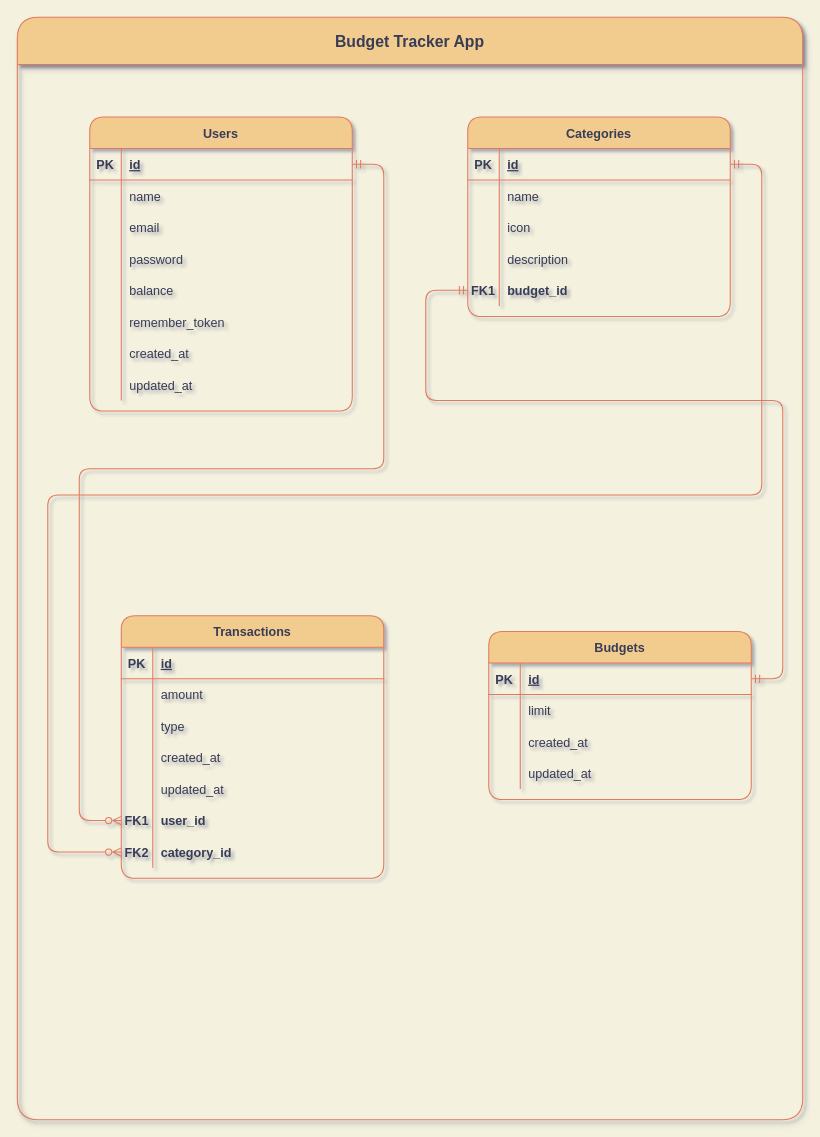
Earlier version of the draw.io diagram Diagrams/BTA database diagram.drawio (hakimBarbaria/Gestion-Budgets). Source tidied: cells renumbered, new cells numbered last; positions are measured from the earlier drawing's top-left corner, leaving out a move shared by most shapes. Both pictures are drawn from the tidied source at 105%, with x=0, y=0 at pixel (17, 17).
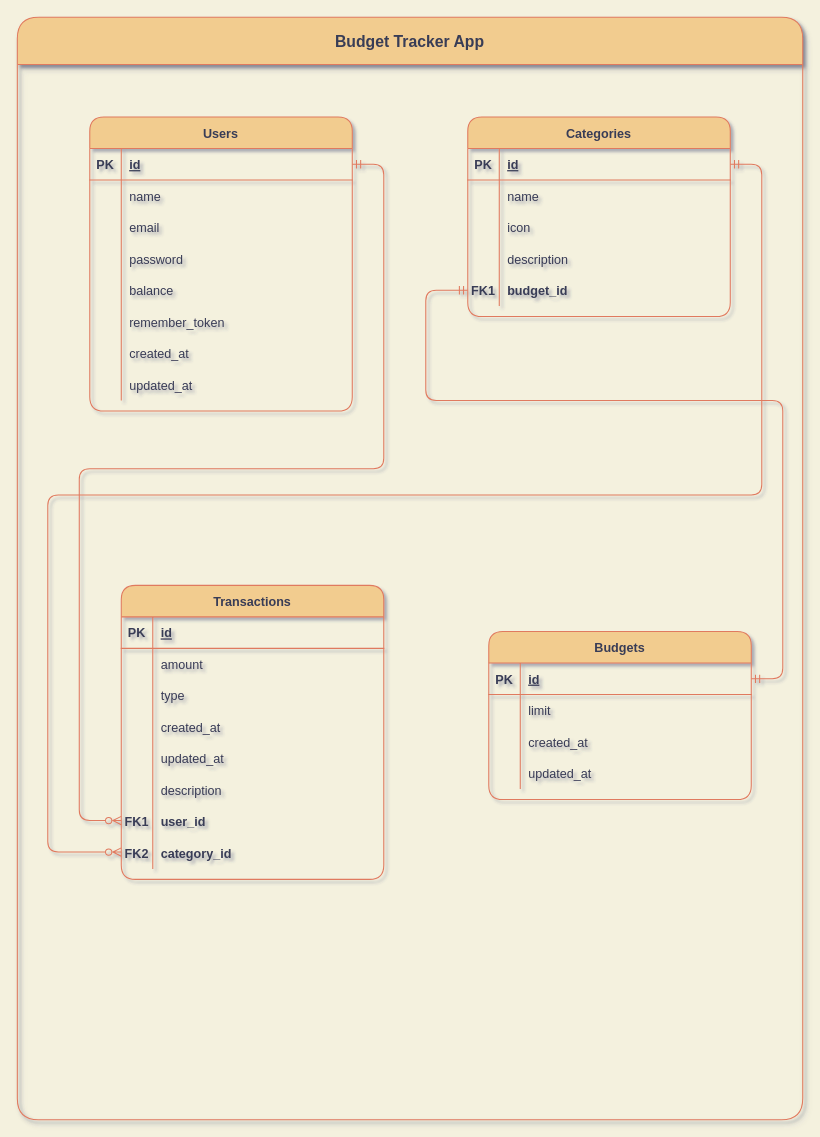
The same page after the edit.

Commit message (it also covers changes not shown here):
udpate database diagram

The change refers to these unchanged cells:
```xml
<mxCell id="3" value="Budget Tracker App" style="swimlane;rounded=1;strokeColor=#E07A5F;fontColor=#393C56;fillColor=#F2CC8F;shadow=1;sketch=0;glass=0;swimlaneLine=1;fontSize=15;startSize=45;" parent="2" vertex="1">
  <mxGeometry width="748" height="1050" as="geometry" />
</mxCell>
```

What changed in the source:
```diff
@@
     <mxCell id="18" value="Transactions" style="shape=table;startSize=30;childLayout=tableLayout;rowLines=0;fontStyle=1;align=center;fillColor=#F2CC8F;strokeColor=#E07A5F;fontColor=#393C56;rounded=1;" parent="3" vertex="1">
-      <mxGeometry x="99" y="570" width="250" height="250" as="geometry" />
+      <mxGeometry x="99" y="541" width="250" height="280" as="geometry" />
     </mxCell>
@@
+    <mxCell id="84" style="shape=partialRectangle;fillColor=none;top=0;left=0;right=0;bottom=0;strokeColor=#E07A5F;fontColor=#393C56;rounded=1;" parent="18" vertex="1">
+      <mxGeometry y="180" width="250" height="30" as="geometry" />
+    </mxCell>
+    <mxCell id="85" value=" " style="shape=partialRectangle;overflow=hidden;fillColor=none;top=0;left=0;bottom=0;right=0;strokeColor=#E07A5F;fontColor=#393C56;rounded=1;" parent="84" vertex="1">
+      <mxGeometry width="30" height="30" as="geometry" />
+    </mxCell>
+    <mxCell id="86" value="description" style="shape=partialRectangle;overflow=hidden;fillColor=none;top=0;left=0;bottom=0;right=0;align=left;spacingLeft=6;strokeColor=#E07A5F;fontColor=#393C56;rounded=1;" parent="84" vertex="1">
+      <mxGeometry x="30" width="220" height="30" as="geometry" />
+    </mxCell>
     <mxCell id="34" style="shape=partialRectangle;fillColor=none;points=[[0,0.5],[1,0.5]];portConstraint=eastwest;top=0;left=0;right=0;bottom=0;strokeColor=#E07A5F;fontColor=#393C56;rounded=1;" parent="18" vertex="1">
-      <mxGeometry y="180" width="250" height="30" as="geometry" />
+      <mxGeometry y="210" width="250" height="30" as="geometry" />
     </mxCell>
@@
     <mxCell id="37" style="shape=partialRectangle;fillColor=none;points=[[0,0.5],[1,0.5]];portConstraint=eastwest;top=0;left=0;right=0;bottom=0;strokeColor=#E07A5F;fontColor=#393C56;rounded=1;" parent="18" vertex="1">
-      <mxGeometry y="210" width="250" height="30" as="geometry" />
+      <mxGeometry y="240" width="250" height="30" as="geometry" />
     </mxCell>
```
